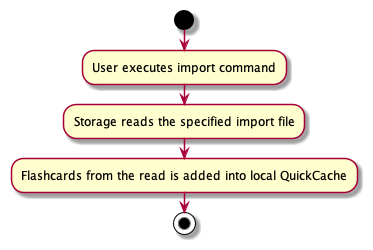
Before: docs/images/ImportActivityDiagram.png, a diagram exported from PlantUML (nus-cs2103-AY2021S1/tp). The source it was exported from:
```plantuml
@startuml
start
:User executes import command;
:Storage reads the specified import file;
:Flashcards from the read is added into local QuickCache;
stop
@enduml
```
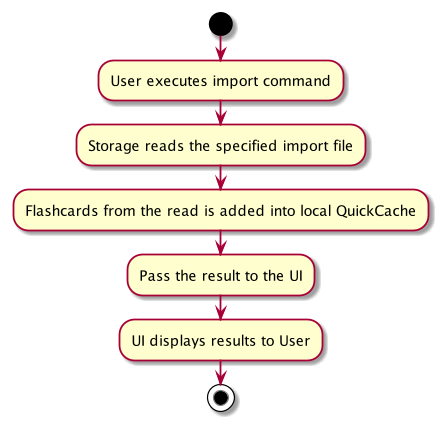
After the change.

What changed in the source:
```diff
@@ -3,5 +3,7 @@
 :User executes import command;
 :Storage reads the specified import file;
 :Flashcards from the read is added into local QuickCache;
+:Pass the result to the UI;
+:UI displays results to User;
 stop
 @enduml
```
